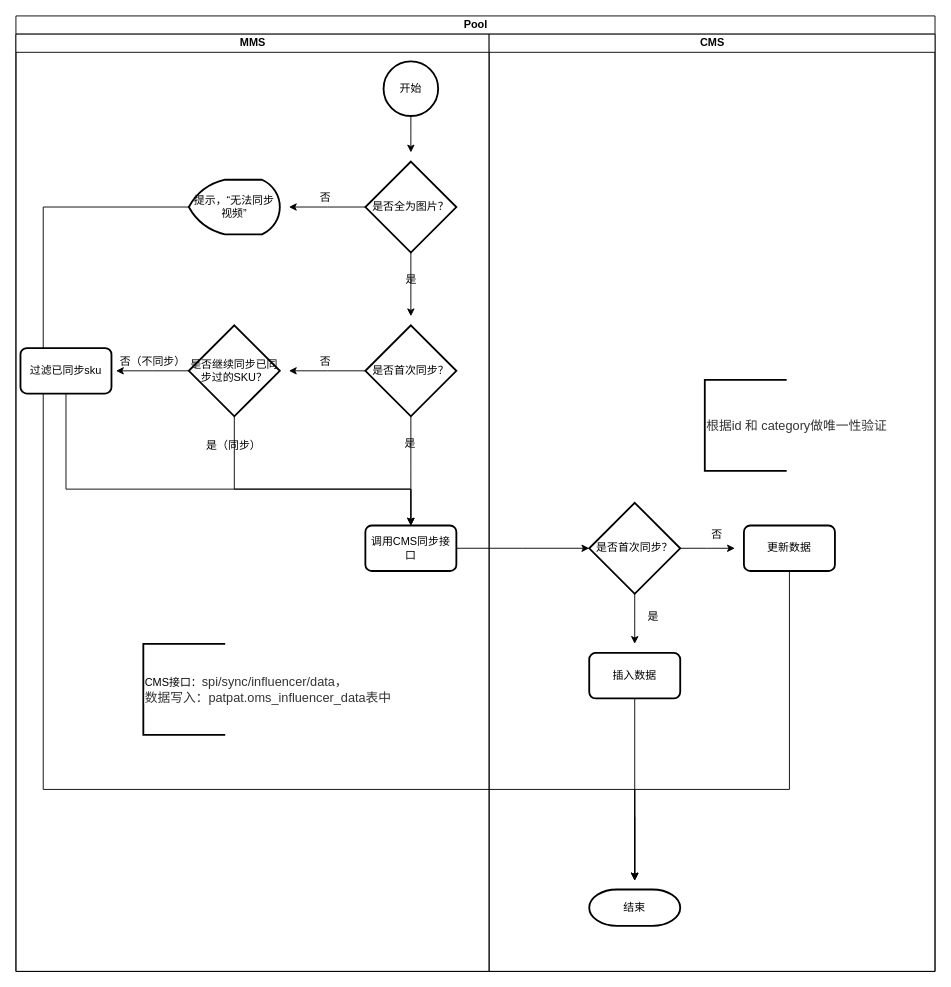
The draw.io diagram Sync Diagram.drawio in hellosz/test_db, before the edit. Source tidied: cells renumbered, new cells numbered last; positions are measured from the earlier drawing's top-left corner, leaving out a move shared by most shapes. Both pictures are drawn from the tidied source at 91%, with x=0, y=0 at pixel (15, 15).
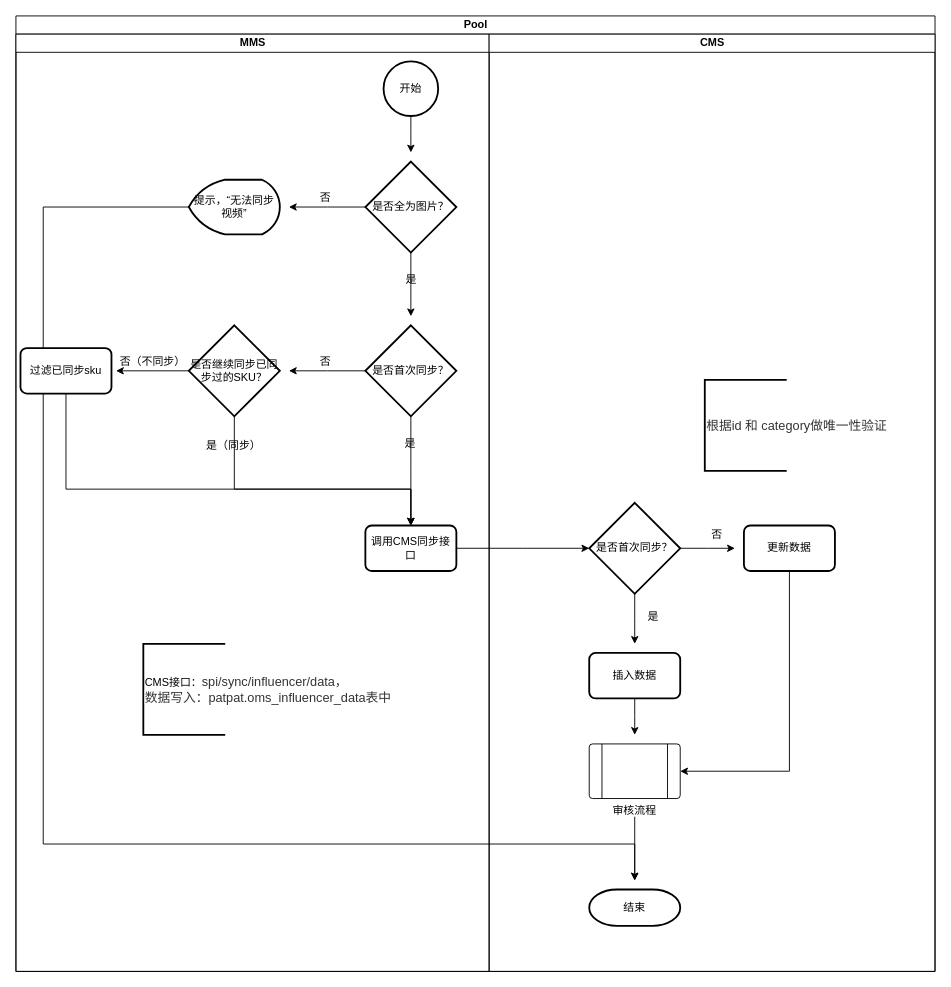
The same page after the edit.

Unchanged cells that the change refers to:
```xml
<mxCell id="8" value="提示，“无法同步视频”" style="strokeWidth=2;html=1;shape=mxgraph.flowchart.display;whiteSpace=wrap;" parent="1" vertex="1">
  <mxGeometry x="190" y="180" width="100" height="60" as="geometry" />
</mxCell>
<mxCell id="28" value="CMS" style="swimlane;html=1;startSize=20;" parent="24" vertex="1">
  <mxGeometry x="520" y="20" width="490" height="1030" as="geometry" />
</mxCell>
<mxCell id="31" value="插入数据" style="rounded=1;whiteSpace=wrap;html=1;absoluteArcSize=1;arcSize=14;strokeWidth=2;" parent="28" vertex="1">
  <mxGeometry x="110" y="680" width="100" height="50" as="geometry" />
</mxCell>
<mxCell id="32" value="更新数据" style="rounded=1;whiteSpace=wrap;html=1;absoluteArcSize=1;arcSize=14;strokeWidth=2;" parent="28" vertex="1">
  <mxGeometry x="280" y="540" width="100" height="50" as="geometry" />
</mxCell>
```

Diff of the diagram source:
```diff
@@
     <mxCell id="7" style="edgeStyle=orthogonalEdgeStyle;rounded=0;jettySize=auto;html=1;" parent="1" edge="1" source="8">
       <mxGeometry relative="1" as="geometry">
         <mxPoint x="680" y="950" as="targetPoint" />
         <Array as="points">
           <mxPoint x="30" y="210" />
-          <mxPoint x="30" y="850" />
-          <mxPoint x="680" y="850" />
+          <mxPoint x="30" y="910" />
+          <mxPoint x="680" y="910" />
         </Array>
       </mxGeometry>
     </mxCell>
@@
+    <mxCell id="41" style="edgeStyle=orthogonalEdgeStyle;rounded=0;jettySize=auto;html=1;entryX=1;entryY=0.5;entryDx=0;entryDy=0;" parent="28" edge="1" source="32" target="42">
+      <mxGeometry relative="1" as="geometry">
+        <Array as="points">
+          <mxPoint x="330" y="810" />
+        </Array>
+      </mxGeometry>
+    </mxCell>
@@
+    <mxCell id="42" value="审核流程" style="verticalLabelPosition=bottom;verticalAlign=top;html=1;shape=process;whiteSpace=wrap;rounded=1;size=0.14;arcSize=6;" parent="28" vertex="1">
+      <mxGeometry x="110" y="780" width="100" height="60" as="geometry" />
+    </mxCell>
@@
-    <mxCell id="38" style="edgeStyle=orthogonalEdgeStyle;rounded=0;jettySize=auto;html=1;" parent="1" edge="1" source="31">
-      <mxGeometry relative="1" as="geometry">
-        <mxPoint x="680" y="950" as="targetPoint" />
-      </mxGeometry>
-    </mxCell>
@@
-    <mxCell id="40" style="edgeStyle=orthogonalEdgeStyle;rounded=0;jettySize=auto;html=1;" parent="1" edge="1" source="32">
-      <mxGeometry relative="1" as="geometry">
-        <mxPoint x="680" y="950" as="targetPoint" />
-        <Array as="points">
-          <mxPoint x="850" y="850" />
-          <mxPoint x="680" y="850" />
-        </Array>
-      </mxGeometry>
-    </mxCell>
+    <mxCell id="43" style="edgeStyle=orthogonalEdgeStyle;rounded=0;jettySize=auto;html=1;" parent="1" edge="1" source="31">
+      <mxGeometry relative="1" as="geometry">
+        <mxPoint x="680" y="790" as="targetPoint" />
+      </mxGeometry>
+    </mxCell>
```
